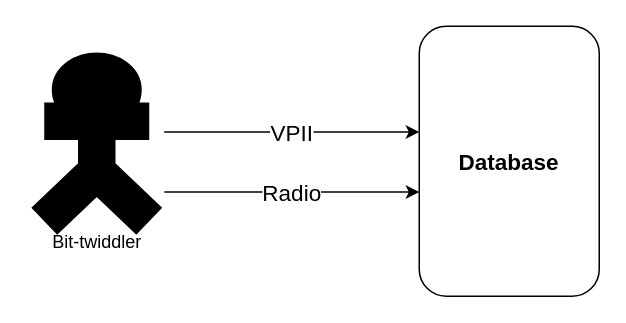
Before: page "Acquisition Server" (4 of 4) of GNSS Datalogger Blockdiagram.drawio in torejohansson97/tightly-coupled-gnss-data-logger, a draw.io diagram. Source tidied: cells renumbered, new cells numbered last; positions are measured from the earlier drawing's top-left corner, leaving out a move shared by most shapes. Both pictures are drawn from the tidied source at 150%, with x=0, y=0 at pixel (44, 26).
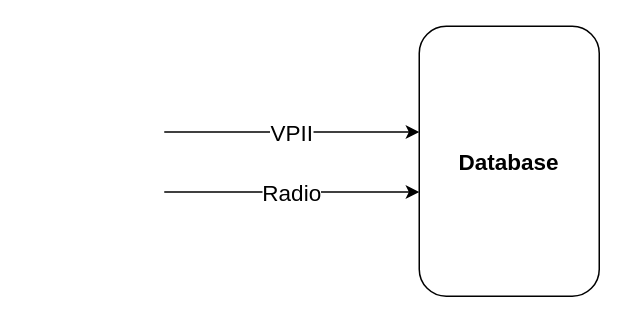
The same diagram, later.

Diff of the diagram source:
```diff
@@
 <mxGraphModel>
   <root>
     <mxCell id="0" />
     <mxCell id="1" parent="0" />
     <mxCell id="2" value="&lt;font size=&quot;1&quot;&gt;&lt;b style=&quot;font-size: 15px;&quot;&gt;Database&lt;/b&gt;&lt;/font&gt;" style="rounded=1;whiteSpace=wrap;html=1;fontSize=9;" parent="1" vertex="1">
       <mxGeometry x="250" width="120" height="180" as="geometry" />
     </mxCell>
     <mxCell id="3" value="VPII" style="endArrow=classic;html=1;rounded=0;fontSize=15;" parent="1" edge="1">
       <mxGeometry relative="1" as="geometry">
         <mxPoint x="80" y="70.5" as="sourcePoint" />
         <mxPoint x="250" y="70.5" as="targetPoint" />
       </mxGeometry>
     </mxCell>
     <mxCell id="4" value="Radio" style="endArrow=classic;html=1;rounded=0;fontSize=15;" parent="1" edge="1">
       <mxGeometry relative="1" as="geometry">
         <mxPoint x="80" y="110.5" as="sourcePoint" />
         <mxPoint x="250" y="110.5" as="targetPoint" />
       </mxGeometry>
     </mxCell>
-    <mxCell id="5" value="Bit-twiddler" style="shape=umlActor;verticalLabelPosition=bottom;verticalAlign=top;html=1;strokeWidth=25;" parent="1" vertex="1">
-      <mxGeometry y="30" width="70" height="100" as="geometry" />
-    </mxCell>
   </root>
 </mxGraphModel>
```
